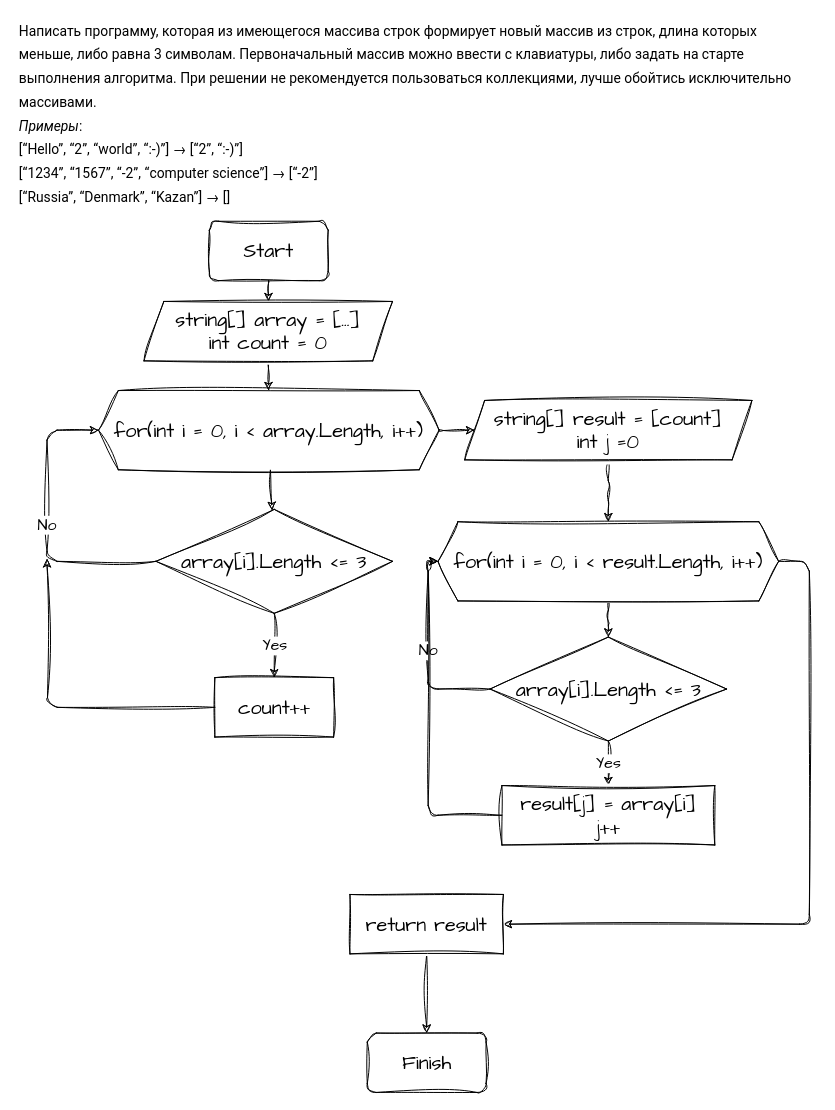
Above: alghoritm.drawio in Gorets147/Developer_course_final_assignment (draw.io), before the change. Source tidied: cells renumbered, new cells numbered last; positions are measured from the earlier drawing's top-left corner, leaving out a move shared by most shapes. Both pictures are drawn from the tidied source at 99%, with x=0, y=0 at pixel (17, 23).
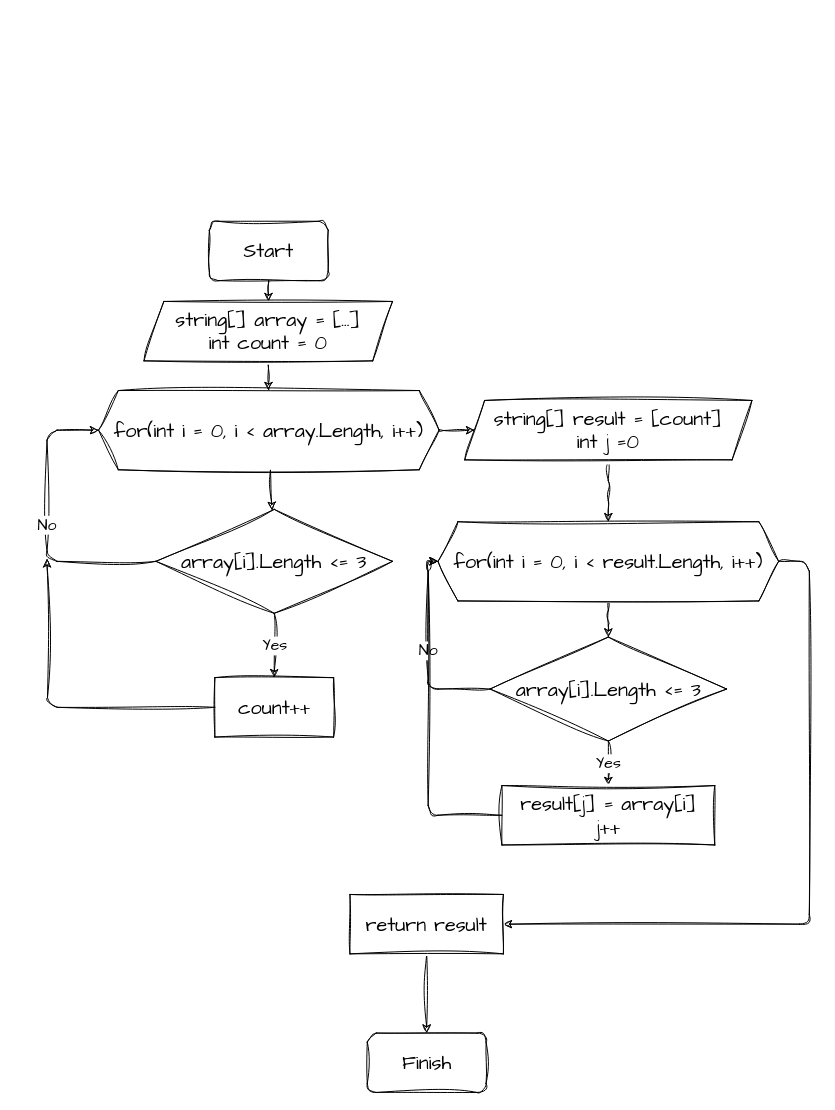
The same diagram, later.

Commit message (it also covers changes not shown here):
feat: update for Readme and recreated png file for alghoritm

What changed in the source:
```diff
@@
-    <mxCell id="6" value="&lt;span style=&quot;font-family: Roboto, &amp;quot;San Francisco&amp;quot;, &amp;quot;Helvetica Neue&amp;quot;, Helvetica, Arial; font-size: 14px;&quot;&gt;Написать программу, которая из имеющегося массива строк формирует новый массив из строк, длина которых меньше, либо равна 3 символам. Первоначальный массив можно ввести с клавиатуры, либо задать на старте выполнения алгоритма. При решении не рекомендуется пользоваться коллекциями, лучше обойтись исключительно массивами.&lt;br&gt;&lt;/span&gt;&lt;em style=&quot;box-sizing: border-box; font-family: Roboto, &amp;quot;San Francisco&amp;quot;, &amp;quot;Helvetica Neue&amp;quot;, Helvetica, Arial; font-size: 14px;&quot;&gt;Примеры&lt;/em&gt;&lt;span style=&quot;font-family: Roboto, &amp;quot;San Francisco&amp;quot;, &amp;quot;Helvetica Neue&amp;quot;, Helvetica, Arial; font-size: 14px;&quot;&gt;:&lt;/span&gt;&lt;br style=&quot;box-sizing: border-box; font-family: Roboto, &amp;quot;San Francisco&amp;quot;, &amp;quot;Helvetica Neue&amp;quot;, Helvetica, Arial; font-size: 14px;&quot;&gt;&lt;span style=&quot;font-family: Roboto, &amp;quot;San Francisco&amp;quot;, &amp;quot;Helvetica Neue&amp;quot;, Helvetica, Arial; font-size: 14px;&quot;&gt;[“Hello”, “2”, “world”, “:-)”] → [“2”, “:-)”]&lt;/span&gt;&lt;br style=&quot;box-sizing: border-box; font-family: Roboto, &amp;quot;San Francisco&amp;quot;, &amp;quot;Helvetica Neue&amp;quot;, Helvetica, Arial; font-size: 14px;&quot;&gt;&lt;span style=&quot;font-family: Roboto, &amp;quot;San Francisco&amp;quot;, &amp;quot;Helvetica Neue&amp;quot;, Helvetica, Arial; font-size: 14px;&quot;&gt;[“1234”, “1567”, “-2”, “computer science”] → [“-2”]&lt;/span&gt;&lt;br style=&quot;box-sizing: border-box; font-family: Roboto, &amp;quot;San Francisco&amp;quot;, &amp;quot;Helvetica Neue&amp;quot;, Helvetica, Arial; font-size: 14px;&quot;&gt;&lt;span style=&quot;font-family: Roboto, &amp;quot;San Francisco&amp;quot;, &amp;quot;Helvetica Neue&amp;quot;, Helvetica, Arial; font-size: 14px;&quot;&gt;[“Russia”, “Denmark”, “Kazan”] → []&lt;/span&gt;&lt;span style=&quot;font-family: Roboto, &amp;quot;San Francisco&amp;quot;, &amp;quot;Helvetica Neue&amp;quot;, Helvetica, Arial; font-size: 14px;&quot;&gt;&lt;br&gt;&lt;/span&gt;" style="text;html=1;strokeColor=none;fillColor=none;align=left;verticalAlign=middle;whiteSpace=wrap;rounded=0;hachureGap=4;fontFamily=Architects Daughter;fontSize=20;labelBackgroundColor=none;fontColor=default;sketch=1;curveFitting=1;jiggle=2;" parent="1" vertex="1">
-      <mxGeometry width="790" height="180" as="geometry" />
-    </mxCell>
```
